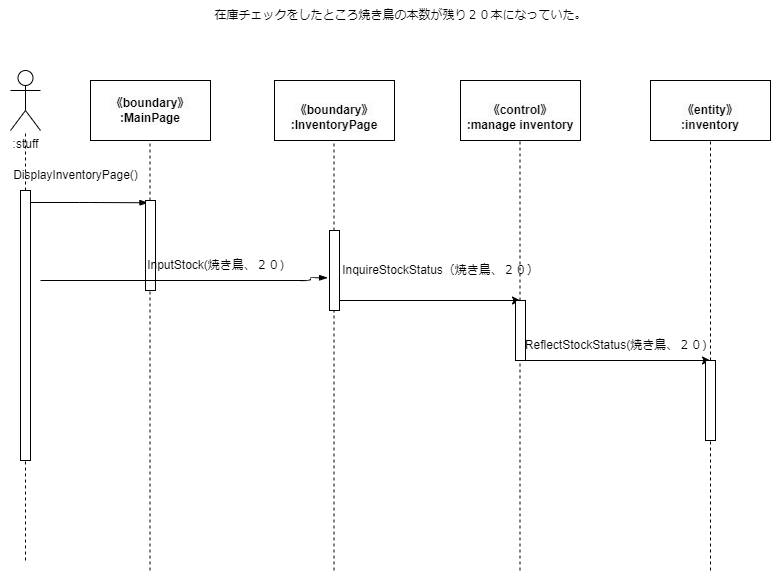
The draw.io diagram psp4/シーケンス図/シーケンス図_在庫管理.drawio.png in MasakiHiguchi/---, before a commit. Source tidied: cells renumbered, new cells last; positions are measured from the earlier drawing's top-left corner, leaving out a move shared by most shapes.
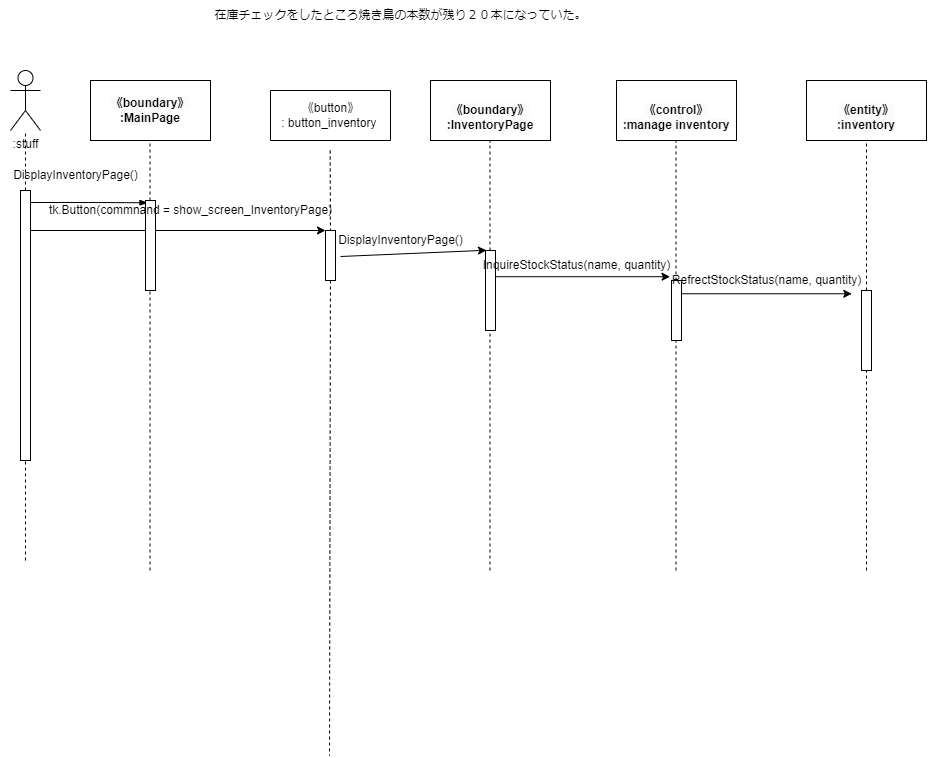
Later version of the same file.

Diff of the diagram source:
```diff
@@ -9,13 +9,13 @@
       <mxGeometry x="90" y="80" width="120" height="60" as="geometry" />
     </mxCell>
     <mxCell id="4" value="&lt;br&gt;&lt;span style=&quot;color: rgb(0, 0, 0); font-family: Helvetica; font-size: 12px; font-style: normal; font-variant-ligatures: normal; font-variant-caps: normal; font-weight: 700; letter-spacing: normal; orphans: 2; text-align: center; text-indent: 0px; text-transform: none; widows: 2; word-spacing: 0px; -webkit-text-stroke-width: 0px; background-color: rgb(251, 251, 251); text-decoration-thickness: initial; text-decoration-style: initial; text-decoration-color: initial; float: none; display: inline !important;&quot;&gt;《boundary》&lt;/span&gt;&lt;br style=&quot;border-color: var(--border-color); color: rgb(0, 0, 0); font-family: Helvetica; font-size: 12px; font-style: normal; font-variant-ligatures: normal; font-variant-caps: normal; font-weight: 700; letter-spacing: normal; orphans: 2; text-align: center; text-indent: 0px; text-transform: none; widows: 2; word-spacing: 0px; -webkit-text-stroke-width: 0px; background-color: rgb(251, 251, 251); text-decoration-thickness: initial; text-decoration-style: initial; text-decoration-color: initial;&quot;&gt;&lt;span style=&quot;color: rgb(0, 0, 0); font-family: Helvetica; font-size: 12px; font-style: normal; font-variant-ligatures: normal; font-variant-caps: normal; font-weight: 700; letter-spacing: normal; orphans: 2; text-align: center; text-indent: 0px; text-transform: none; widows: 2; word-spacing: 0px; -webkit-text-stroke-width: 0px; background-color: rgb(251, 251, 251); text-decoration-thickness: initial; text-decoration-style: initial; text-decoration-color: initial; float: none; display: inline !important;&quot;&gt;:InventoryPage&lt;/span&gt;" style="rounded=0;whiteSpace=wrap;html=1;" parent="1" vertex="1">
-      <mxGeometry x="274" y="80" width="120" height="60" as="geometry" />
+      <mxGeometry x="430" y="80" width="120" height="60" as="geometry" />
     </mxCell>
     <mxCell id="5" value="&lt;br&gt;&lt;span style=&quot;color: rgb(0, 0, 0); font-family: Helvetica; font-size: 12px; font-style: normal; font-variant-ligatures: normal; font-variant-caps: normal; font-weight: 700; letter-spacing: normal; orphans: 2; text-align: center; text-indent: 0px; text-transform: none; widows: 2; word-spacing: 0px; -webkit-text-stroke-width: 0px; background-color: rgb(251, 251, 251); text-decoration-thickness: initial; text-decoration-style: initial; text-decoration-color: initial; float: none; display: inline !important;&quot;&gt;《control》&lt;/span&gt;&lt;br style=&quot;border-color: var(--border-color); color: rgb(0, 0, 0); font-family: Helvetica; font-size: 12px; font-style: normal; font-variant-ligatures: normal; font-variant-caps: normal; font-weight: 700; letter-spacing: normal; orphans: 2; text-align: center; text-indent: 0px; text-transform: none; widows: 2; word-spacing: 0px; -webkit-text-stroke-width: 0px; background-color: rgb(251, 251, 251); text-decoration-thickness: initial; text-decoration-style: initial; text-decoration-color: initial;&quot;&gt;&lt;span style=&quot;color: rgb(0, 0, 0); font-family: Helvetica; font-size: 12px; font-style: normal; font-variant-ligatures: normal; font-variant-caps: normal; font-weight: 700; letter-spacing: normal; orphans: 2; text-align: center; text-indent: 0px; text-transform: none; widows: 2; word-spacing: 0px; -webkit-text-stroke-width: 0px; background-color: rgb(251, 251, 251); text-decoration-thickness: initial; text-decoration-style: initial; text-decoration-color: initial; float: none; display: inline !important;&quot;&gt;:manage inventory&lt;/span&gt;&lt;br&gt;" style="rounded=0;whiteSpace=wrap;html=1;" parent="1" vertex="1">
-      <mxGeometry x="460" y="80" width="120" height="60" as="geometry" />
+      <mxGeometry x="616" y="80" width="120" height="60" as="geometry" />
     </mxCell>
     <mxCell id="6" value="&lt;br&gt;&lt;span style=&quot;color: rgb(0, 0, 0); font-family: Helvetica; font-size: 12px; font-style: normal; font-variant-ligatures: normal; font-variant-caps: normal; font-weight: 700; letter-spacing: normal; orphans: 2; text-align: center; text-indent: 0px; text-transform: none; widows: 2; word-spacing: 0px; -webkit-text-stroke-width: 0px; background-color: rgb(251, 251, 251); text-decoration-thickness: initial; text-decoration-style: initial; text-decoration-color: initial; float: none; display: inline !important;&quot;&gt;《entity》&lt;/span&gt;&lt;br style=&quot;border-color: var(--border-color); padding: 0px; margin: 0px; color: rgb(0, 0, 0); font-family: Helvetica; font-size: 12px; font-style: normal; font-variant-ligatures: normal; font-variant-caps: normal; font-weight: 700; letter-spacing: normal; orphans: 2; text-align: center; text-indent: 0px; text-transform: none; widows: 2; word-spacing: 0px; -webkit-text-stroke-width: 0px; background-color: rgb(251, 251, 251); text-decoration-thickness: initial; text-decoration-style: initial; text-decoration-color: initial;&quot;&gt;&lt;span style=&quot;color: rgb(0, 0, 0); font-family: Helvetica; font-size: 12px; font-style: normal; font-variant-ligatures: normal; font-variant-caps: normal; font-weight: 700; letter-spacing: normal; orphans: 2; text-align: center; text-indent: 0px; text-transform: none; widows: 2; word-spacing: 0px; -webkit-text-stroke-width: 0px; background-color: rgb(251, 251, 251); text-decoration-thickness: initial; text-decoration-style: initial; text-decoration-color: initial; float: none; display: inline !important;&quot;&gt;:inventory&lt;/span&gt;&lt;br&gt;" style="rounded=0;whiteSpace=wrap;html=1;" parent="1" vertex="1">
-      <mxGeometry x="650" y="80" width="120" height="60" as="geometry" />
+      <mxGeometry x="806" y="80" width="120" height="60" as="geometry" />
     </mxCell>
     <mxCell id="7" style="endArrow=none;dashed=1;html=1;startArrow=none;" parent="1" edge="1" source="14" target="2">
       <mxGeometry relative="1" as="geometry" />
@@ -27,17 +27,17 @@
     </mxCell>
     <mxCell id="9" style="endArrow=none;dashed=1;html=1;startArrow=none;" parent="1" edge="1" source="28">
       <mxGeometry relative="1" as="geometry">
-        <mxPoint x="710" y="140" as="targetPoint" />
+        <mxPoint x="866" y="140" as="targetPoint" />
       </mxGeometry>
     </mxCell>
     <mxCell id="10" style="endArrow=none;dashed=1;html=1;startArrow=none;" parent="1" edge="1" source="26">
       <mxGeometry relative="1" as="geometry">
-        <mxPoint x="519.5" y="140" as="targetPoint" />
+        <mxPoint x="675.5" y="140" as="targetPoint" />
       </mxGeometry>
     </mxCell>
     <mxCell id="11" style="endArrow=none;dashed=1;html=1;startArrow=none;" parent="1" edge="1" source="21">
       <mxGeometry relative="1" as="geometry">
-        <mxPoint x="333.5" y="140" as="targetPoint" />
+        <mxPoint x="489.5" y="140" as="targetPoint" />
       </mxGeometry>
     </mxCell>
     <mxCell id="12" value="在庫チェックをしたところ焼き鳥の本数が残り２０本になっていた。" style="text;html=1;align=center;verticalAlign=middle;strokeColor=none;fillColor=none;" parent="1" vertex="1">
@@ -48,6 +48,9 @@
         <mxPoint x="25" y="560" as="sourcePoint" />
       </mxGeometry>
     </mxCell>
+    <mxCell id="31" style="edgeStyle=none;html=1;entryX=0;entryY=0;entryDx=0;entryDy=0;" parent="1" edge="1" source="14" target="38">
+      <mxGeometry relative="1" as="geometry" />
+    </mxCell>
     <mxCell id="14" style="html=1;points=[];perimeter=orthogonalPerimeter;" parent="1" vertex="1">
       <mxGeometry x="20" y="190" width="10" height="270" as="geometry" />
     </mxCell>
@@ -69,54 +72,69 @@
     </mxCell>
     <mxCell id="19" style="endArrow=none;dashed=1;html=1;" parent="1" edge="1" target="21">
       <mxGeometry relative="1" as="geometry">
-        <mxPoint x="333.5" y="570" as="sourcePoint" />
+        <mxPoint x="489.5" y="570" as="sourcePoint" />
       </mxGeometry>
     </mxCell>
-    <mxCell id="20" style="edgeStyle=none;html=1;" parent="1" edge="1" source="21">
-      <mxGeometry relative="1" as="geometry">
-        <mxPoint x="520" y="300" as="targetPoint" />
-      </mxGeometry>
-    </mxCell>
+    <mxCell id="32" style="edgeStyle=none;html=1;entryX=-0.147;entryY=-0.063;entryDx=0;entryDy=0;entryPerimeter=0;" parent="1" edge="1" source="21" target="26">
+      <mxGeometry relative="1" as="geometry" />
+    </mxCell>
     <mxCell id="21" style="html=1;points=[];perimeter=orthogonalPerimeter;" parent="1" vertex="1">
-      <mxGeometry x="329" y="230" width="10" height="80" as="geometry" />
+      <mxGeometry x="485" y="250" width="10" height="80" as="geometry" />
     </mxCell>
-    <mxCell id="22" style="edgeStyle=elbowEdgeStyle;fontSize=12;html=1;endArrow=blockThin;endFill=1;entryX=-0.189;entryY=0.591;entryDx=0;entryDy=0;entryPerimeter=0;" parent="1" edge="1" target="21">
-      <mxGeometry relative="1" as="geometry">
-        <mxPoint x="40" y="280" as="sourcePoint" />
-        <Array as="points">
-          <mxPoint x="310" y="310" />
-        </Array>
-      </mxGeometry>
-    </mxCell>
-    <mxCell id="23" value="InputStock(焼き鳥、２０)" style="text;html=1;align=center;verticalAlign=middle;strokeColor=none;fillColor=none;" parent="1" vertex="1">
-      <mxGeometry x="135" y="250" width="160" height="30" as="geometry" />
-    </mxCell>
     <mxCell id="24" style="endArrow=none;dashed=1;html=1;" parent="1" edge="1" target="26">
       <mxGeometry relative="1" as="geometry">
-        <mxPoint x="519.5" y="570" as="sourcePoint" />
+        <mxPoint x="675.5" y="570" as="sourcePoint" />
       </mxGeometry>
     </mxCell>
-    <mxCell id="25" style="edgeStyle=none;html=1;" parent="1" edge="1" source="26">
-      <mxGeometry relative="1" as="geometry">
-        <mxPoint x="710" y="360" as="targetPoint" />
-      </mxGeometry>
-    </mxCell>
+    <mxCell id="33" style="edgeStyle=none;html=1;entryX=-0.971;entryY=0.041;entryDx=0;entryDy=0;entryPerimeter=0;" parent="1" edge="1" source="26" target="28">
+      <mxGeometry relative="1" as="geometry" />
+    </mxCell>
     <mxCell id="26" style="html=1;points=[];perimeter=orthogonalPerimeter;" parent="1" vertex="1">
-      <mxGeometry x="515" y="300" width="10" height="60" as="geometry" />
+      <mxGeometry x="671" y="280" width="10" height="60" as="geometry" />
     </mxCell>
     <mxCell id="27" style="endArrow=none;dashed=1;html=1;" parent="1" edge="1" target="28">
       <mxGeometry relative="1" as="geometry">
-        <mxPoint x="710" y="570" as="sourcePoint" />
+        <mxPoint x="866" y="570" as="sourcePoint" />
       </mxGeometry>
     </mxCell>
     <mxCell id="28" style="html=1;points=[];perimeter=orthogonalPerimeter;" parent="1" vertex="1">
-      <mxGeometry x="705" y="360" width="10" height="80" as="geometry" />
+      <mxGeometry x="861" y="290" width="10" height="80" as="geometry" />
     </mxCell>
-    <mxCell id="29" value="InquireStockStatus（焼き鳥、２０）" style="text;html=1;align=center;verticalAlign=middle;strokeColor=none;fillColor=none;" parent="1" vertex="1">
-      <mxGeometry x="330" y="255" width="220" height="30" as="geometry" />
-    </mxCell>
-    <mxCell id="30" value="&lt;span style=&quot;text-align: left;&quot;&gt;ReflectStockStatus(焼き鳥、２０)&lt;/span&gt;" style="text;html=1;align=center;verticalAlign=middle;strokeColor=none;fillColor=none;" parent="1" vertex="1">
-      <mxGeometry x="515" y="330" width="200" height="30" as="geometry" />
+    <mxCell id="30" style="edgeStyle=none;html=1;endArrow=none;endFill=0;dashed=1;startArrow=none;" parent="1" edge="1" source="38">
+      <mxGeometry relative="1" as="geometry">
+        <mxPoint x="329" y="755.3" as="targetPoint" />
+      </mxGeometry>
     </mxCell>
+    <mxCell id="34" style="swimlane;startSize=0;" parent="1" vertex="1">
+      <mxGeometry x="270" y="90" width="120" height="50" as="geometry" />
+    </mxCell>
+    <mxCell id="35" value="《button》&lt;br&gt;: button_inventory&amp;nbsp;" style="text;html=1;align=center;verticalAlign=middle;strokeColor=none;fillColor=none;" parent="34" vertex="1">
+      <mxGeometry y="5" width="120" height="40" as="geometry" />
+    </mxCell>
+    <mxCell id="36" style="edgeStyle=none;html=1;endArrow=none;endFill=0;dashed=1;" parent="1" edge="1" target="38">
+      <mxGeometry relative="1" as="geometry">
+        <mxPoint x="329.7" y="150" as="sourcePoint" />
+      </mxGeometry>
+    </mxCell>
+    <mxCell id="37" style="edgeStyle=none;html=1;entryX=0.092;entryY=-0.003;entryDx=0;entryDy=0;entryPerimeter=0;" parent="1" edge="1" target="21">
+      <mxGeometry relative="1" as="geometry">
+        <mxPoint x="340" y="256" as="sourcePoint" />
+      </mxGeometry>
+    </mxCell>
+    <mxCell id="38" style="rounded=0;whiteSpace=wrap;html=1;" parent="1" vertex="1">
+      <mxGeometry x="325" y="230" width="10" height="50" as="geometry" />
+    </mxCell>
+    <mxCell id="39" value="tk.Button(commnand = show_screen_InventoryPage)" style="text;html=1;align=center;verticalAlign=middle;strokeColor=none;fillColor=none;" parent="1" vertex="1">
+      <mxGeometry x="35" y="195" width="310" height="30" as="geometry" />
+    </mxCell>
+    <mxCell id="40" value="DisplayInventoryPage()" style="text;html=1;align=center;verticalAlign=middle;strokeColor=none;fillColor=none;" parent="1" vertex="1">
+      <mxGeometry x="325" y="225" width="150" height="30" as="geometry" />
+    </mxCell>
+    <mxCell id="41" value="InquireStockStatus(name, quantity)" style="text;html=1;align=center;verticalAlign=middle;strokeColor=none;fillColor=none;" parent="1" vertex="1">
+      <mxGeometry x="471" y="250" width="210" height="30" as="geometry" />
+    </mxCell>
+    <mxCell id="42" value="RefrectStockStatus(name, quantity)" style="text;html=1;align=center;verticalAlign=middle;strokeColor=none;fillColor=none;" parent="1" vertex="1">
+      <mxGeometry x="661" y="265" width="210" height="30" as="geometry" />
+    </mxCell>
   </root>
 </mxGraphModel>
```
